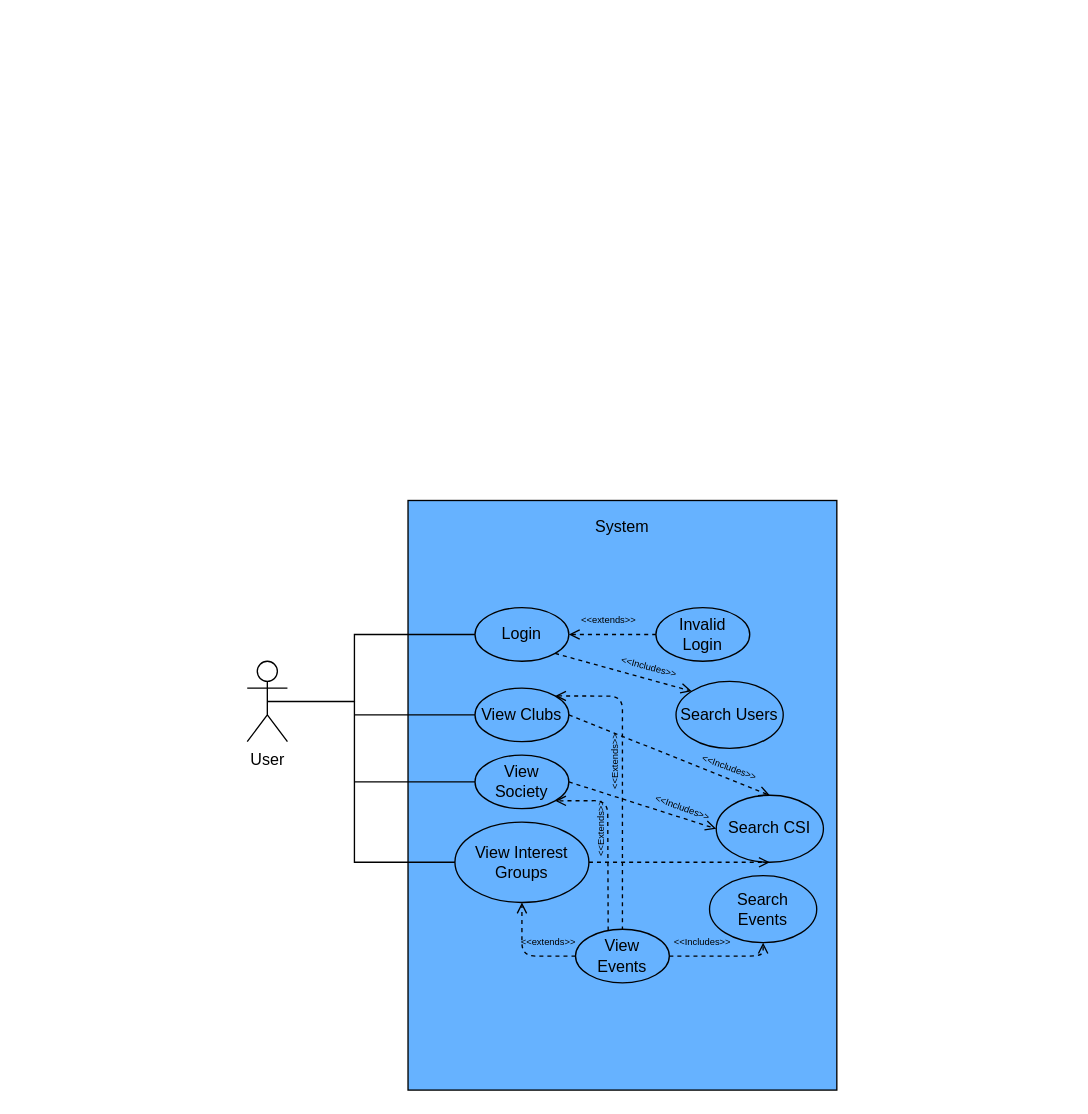
Above: Diagrams/Use_Case_Diagram.drawio in Makizoro/Overclock (draw.io), before the change. Source tidied: cells renumbered, new cells numbered last; positions are measured from the earlier drawing's top-left corner, leaving out a move shared by most shapes. Both pictures are drawn from the tidied source at 134%, with x=0, y=0 at pixel (247, 500).
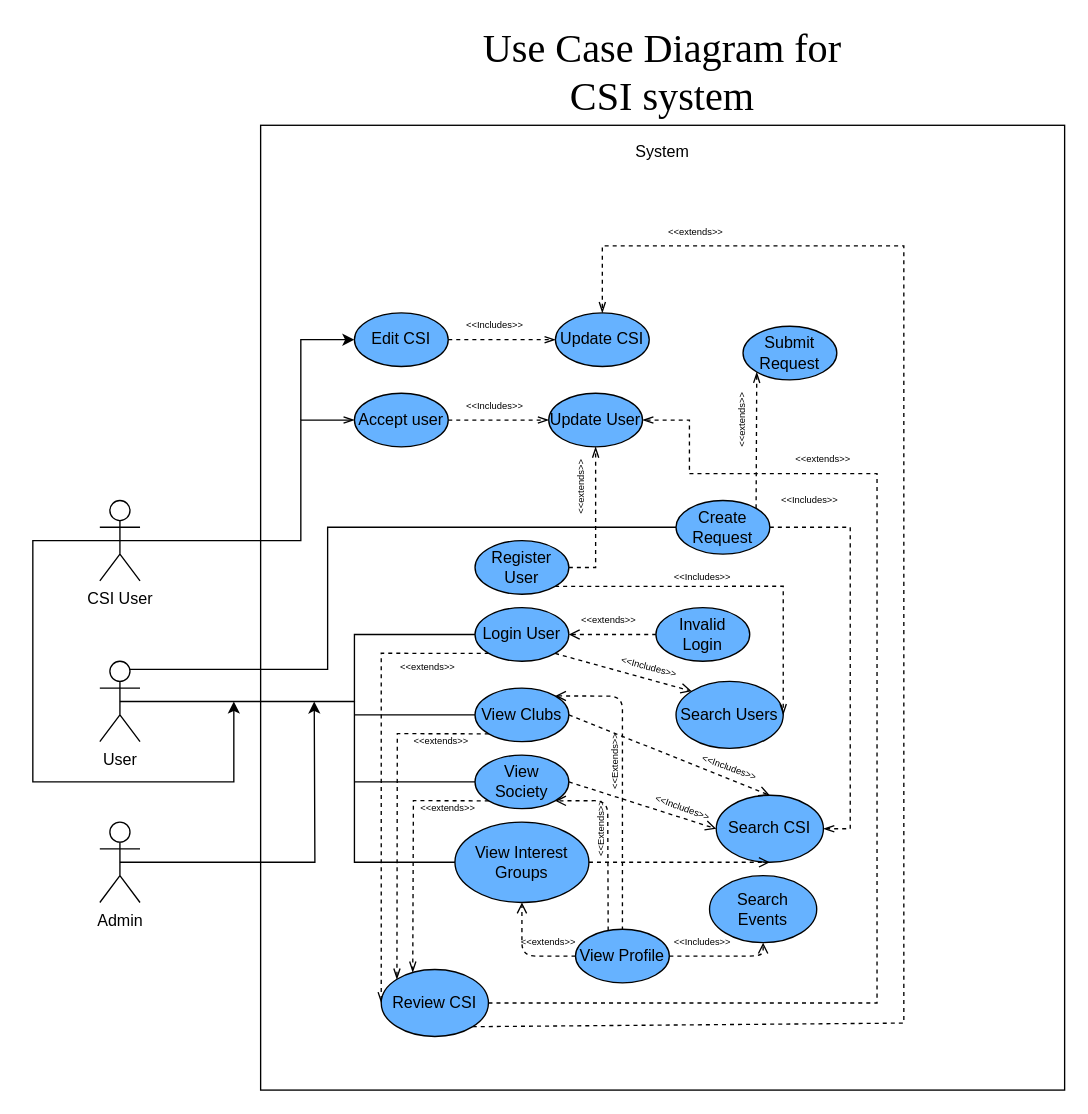
The same diagram, later.

Unchanged cells that the change refers to:
```xml
<mxCell id="10" value="View Clubs" style="ellipse;whiteSpace=wrap;html=1;fillColor=#66B2FF;" parent="1" vertex="1">
  <mxGeometry x="170" y="140" width="70" height="40" as="geometry" />
</mxCell>
<mxCell id="11" value="View Society" style="ellipse;whiteSpace=wrap;html=1;fillColor=#66B2FF;" parent="1" vertex="1">
  <mxGeometry x="170" y="190" width="70" height="40" as="geometry" />
</mxCell>
<mxCell id="16" value="&lt;font style=&quot;font-size: 12px&quot;&gt;&lt;font style=&quot;font-size: 12px&quot;&gt;S&lt;/font&gt;earch Users&lt;/font&gt;" style="ellipse;whiteSpace=wrap;html=1;fillColor=#66B2FF;fontSize=10;" parent="1" vertex="1">
  <mxGeometry x="320" y="135" width="80" height="50" as="geometry" />
</mxCell>
<mxCell id="19" value="&lt;font style=&quot;font-size: 12px&quot;&gt;&lt;font style=&quot;font-size: 12px&quot;&gt;S&lt;/font&gt;earch CSI&lt;/font&gt;" style="ellipse;whiteSpace=wrap;html=1;fillColor=#66B2FF;fontSize=10;" parent="1" vertex="1">
  <mxGeometry x="350" y="220" width="80" height="50" as="geometry" />
</mxCell>
```

What changed in the source:
```diff
@@
-    <mxCell id="2" style="rounded=0;whiteSpace=wrap;html=1;fillColor=#66B2FF;" parent="1" vertex="1">
-      <mxGeometry x="120" width="320" height="440" as="geometry" />
+    <mxCell id="2" style="rounded=0;whiteSpace=wrap;html=1;fillColor=#FFFFFF;" parent="1" vertex="1">
+      <mxGeometry x="10" y="-280" width="600" height="720" as="geometry" />
     </mxCell>
+    <mxCell id="35" style="edgeStyle=orthogonalEdgeStyle;rounded=0;jettySize=auto;html=1;exitX=0.75;exitY=0.1;exitDx=0;exitDy=0;exitPerimeter=0;entryX=0;entryY=0.5;entryDx=0;entryDy=0;endArrow=none;endFill=0;fontFamily=Times New Roman;fontSize=30;" parent="1" edge="1" source="3" target="46">
+      <mxGeometry relative="1" as="geometry">
+        <Array as="points">
+          <mxPoint x="60" y="126" />
+          <mxPoint x="60" y="20" />
+        </Array>
+      </mxGeometry>
+    </mxCell>
     <mxCell id="3" value="User" style="shape=umlActor;verticalLabelPosition=bottom;labelBackgroundColor=#ffffff;verticalAlign=top;html=1;outlineConnect=0;" parent="1" vertex="1">
-      <mxGeometry y="120" width="30" height="60" as="geometry" />
+      <mxGeometry x="-110" y="120" width="30" height="60" as="geometry" />
     </mxCell>
     <mxCell id="4" value="System" style="text;html=1;strokeColor=none;fillColor=none;align=center;verticalAlign=middle;whiteSpace=wrap;rounded=0;" parent="1" vertex="1">
-      <mxGeometry x="260" y="10" width="40" height="20" as="geometry" />
+      <mxGeometry x="290" y="-270" width="40" height="20" as="geometry" />
     </mxCell>
+    <mxCell id="36" style="edgeStyle=none;rounded=0;jettySize=auto;html=1;exitX=0;exitY=1;exitDx=0;exitDy=0;entryX=0;entryY=0.5;entryDx=0;entryDy=0;dashed=1;endArrow=openThin;endFill=0;fontFamily=Times New Roman;fontSize=30;" parent="1" edge="1" source="5" target="66">
+      <mxGeometry relative="1" as="geometry">
+        <Array as="points">
+          <mxPoint x="100" y="114" />
+        </Array>
+      </mxGeometry>
+    </mxCell>
-    <mxCell id="5" value="Login" style="ellipse;whiteSpace=wrap;html=1;fillColor=#66B2FF;" parent="1" vertex="1">
+    <mxCell id="5" value="Login User" style="ellipse;whiteSpace=wrap;html=1;fillColor=#66B2FF;" parent="1" vertex="1">
       <mxGeometry x="170" y="80" width="70" height="40" as="geometry" />
     </mxCell>
@@
+    <mxCell id="37" style="edgeStyle=none;rounded=0;jettySize=auto;html=1;exitX=0;exitY=1;exitDx=0;exitDy=0;entryX=0;entryY=0;entryDx=0;entryDy=0;dashed=1;endArrow=openThin;endFill=0;fontFamily=Times New Roman;fontSize=30;" parent="1" edge="1" source="10" target="66">
+      <mxGeometry relative="1" as="geometry">
+        <Array as="points">
+          <mxPoint x="112" y="174" />
+        </Array>
+      </mxGeometry>
+    </mxCell>
@@
+    <mxCell id="38" style="edgeStyle=none;rounded=0;jettySize=auto;html=1;exitX=0;exitY=1;exitDx=0;exitDy=0;entryX=0.294;entryY=0.043;entryDx=0;entryDy=0;entryPerimeter=0;dashed=1;endArrow=openThin;endFill=0;fontFamily=Times New Roman;fontSize=30;" parent="1" edge="1" source="11" target="66">
+      <mxGeometry relative="1" as="geometry">
+        <Array as="points">
+          <mxPoint x="124" y="224" />
+        </Array>
+      </mxGeometry>
+    </mxCell>
@@
-    <mxCell id="25" value="View&lt;br&gt;Events" style="ellipse;whiteSpace=wrap;html=1;fillColor=#66B2FF;" parent="1" vertex="1">
+    <mxCell id="25" value="View Profile" style="ellipse;whiteSpace=wrap;html=1;fillColor=#66B2FF;" parent="1" vertex="1">
       <mxGeometry x="245" y="320" width="70" height="40" as="geometry" />
     </mxCell>
@@
+    <mxCell id="39" style="edgeStyle=orthogonalEdgeStyle;rounded=0;jettySize=auto;html=1;exitX=0.5;exitY=0.5;exitDx=0;exitDy=0;exitPerimeter=0;endArrow=classic;endFill=1;fontFamily=Times New Roman;fontSize=30;" parent="1" edge="1" source="40">
+      <mxGeometry relative="1" as="geometry">
+        <mxPoint x="50" y="150" as="targetPoint" />
+      </mxGeometry>
+    </mxCell>
+    <mxCell id="40" value="Admin" style="shape=umlActor;verticalLabelPosition=bottom;labelBackgroundColor=#ffffff;verticalAlign=top;html=1;outlineConnect=0;" parent="1" vertex="1">
+      <mxGeometry x="-110" y="240" width="30" height="60" as="geometry" />
+    </mxCell>
+    <mxCell id="41" style="edgeStyle=orthogonalEdgeStyle;rounded=0;jettySize=auto;html=1;exitX=0.5;exitY=0.5;exitDx=0;exitDy=0;exitPerimeter=0;endArrow=classic;endFill=1;fontFamily=Times New Roman;fontSize=30;" parent="1" edge="1" source="43">
+      <mxGeometry relative="1" as="geometry">
+        <mxPoint x="-10" y="150" as="targetPoint" />
+        <Array as="points">
+          <mxPoint x="-160" y="30" />
+          <mxPoint x="-160" y="210" />
+          <mxPoint x="-10" y="210" />
+        </Array>
+      </mxGeometry>
+    </mxCell>
+    <mxCell id="42" style="edgeStyle=none;rounded=0;jettySize=auto;html=1;exitX=0.5;exitY=0.5;exitDx=0;exitDy=0;exitPerimeter=0;entryX=0;entryY=0.5;entryDx=0;entryDy=0;endArrow=openThin;endFill=0;fontFamily=Times New Roman;fontSize=30;" parent="1" edge="1" source="43" target="51">
+      <mxGeometry relative="1" as="geometry">
+        <Array as="points">
+          <mxPoint x="40" y="30" />
+          <mxPoint x="40" y="-60" />
+        </Array>
+      </mxGeometry>
+    </mxCell>
+    <mxCell id="43" value="CSI User" style="shape=umlActor;verticalLabelPosition=bottom;labelBackgroundColor=#ffffff;verticalAlign=top;html=1;outlineConnect=0;" parent="1" vertex="1">
+      <mxGeometry x="-110" width="30" height="60" as="geometry" />
+    </mxCell>
+    <mxCell id="44" style="edgeStyle=orthogonalEdgeStyle;rounded=0;jettySize=auto;html=1;exitX=1;exitY=0.5;exitDx=0;exitDy=0;entryX=1;entryY=0.5;entryDx=0;entryDy=0;endArrow=openThin;endFill=0;fontFamily=Times New Roman;fontSize=30;dashed=1;" parent="1" edge="1" source="46" target="19">
+      <mxGeometry relative="1" as="geometry" />
+    </mxCell>
+    <mxCell id="45" style="rounded=0;jettySize=auto;html=1;exitX=1;exitY=0;exitDx=0;exitDy=0;entryX=0;entryY=1;entryDx=0;entryDy=0;dashed=1;endArrow=openThin;endFill=0;fontFamily=Times New Roman;fontSize=30;" parent="1" edge="1" source="46" target="48">
+      <mxGeometry relative="1" as="geometry" />
+    </mxCell>
+    <mxCell id="46" value="Create Request" style="ellipse;whiteSpace=wrap;html=1;fillColor=#66B2FF;" parent="1" vertex="1">
+      <mxGeometry x="320" width="70" height="40" as="geometry" />
+    </mxCell>
+    <mxCell id="47" value="&amp;lt;&amp;lt;Includes&amp;gt;&amp;gt;" style="text;html=1;strokeColor=none;fillColor=none;align=center;verticalAlign=middle;whiteSpace=wrap;rounded=0;fontSize=7;rotation=0;" parent="1" vertex="1">
+      <mxGeometry x="400" y="-10" width="40" height="20" as="geometry" />
+    </mxCell>
+    <mxCell id="48" value="Submit Request" style="ellipse;whiteSpace=wrap;html=1;fillColor=#66B2FF;" parent="1" vertex="1">
+      <mxGeometry x="370" y="-130" width="70" height="40" as="geometry" />
+    </mxCell>
+    <mxCell id="49" value="&amp;lt;&amp;lt;extends&amp;gt;&amp;gt;" style="text;html=1;strokeColor=none;fillColor=none;align=center;verticalAlign=middle;whiteSpace=wrap;rounded=0;fontSize=7;rotation=-90;" parent="1" vertex="1">
+      <mxGeometry x="350" y="-70" width="40" height="20" as="geometry" />
+    </mxCell>
+    <mxCell id="50" style="edgeStyle=none;rounded=0;jettySize=auto;html=1;exitX=1;exitY=0.5;exitDx=0;exitDy=0;entryX=0;entryY=0.5;entryDx=0;entryDy=0;dashed=1;endArrow=openThin;endFill=0;fontFamily=Times New Roman;fontSize=30;" parent="1" edge="1" source="51" target="57">
+      <mxGeometry relative="1" as="geometry" />
+    </mxCell>
+    <mxCell id="51" value="Accept user" style="ellipse;whiteSpace=wrap;html=1;fillColor=#66B2FF;" parent="1" vertex="1">
+      <mxGeometry x="80" y="-80" width="70" height="40" as="geometry" />
+    </mxCell>
+    <mxCell id="52" style="edgeStyle=none;rounded=0;jettySize=auto;html=1;exitX=1;exitY=0.5;exitDx=0;exitDy=0;entryX=0;entryY=0.5;entryDx=0;entryDy=0;endArrow=openThin;endFill=0;fontFamily=Times New Roman;fontSize=30;dashed=1;" parent="1" edge="1" source="53" target="55">
+      <mxGeometry relative="1" as="geometry" />
+    </mxCell>
+    <mxCell id="53" value="Edit CSI" style="ellipse;whiteSpace=wrap;html=1;fillColor=#66B2FF;" parent="1" vertex="1">
+      <mxGeometry x="80" y="-140" width="70" height="40" as="geometry" />
+    </mxCell>
+    <mxCell id="54" style="endArrow=classic;html=1;fontFamily=Times New Roman;fontSize=30;entryX=0;entryY=0.5;entryDx=0;entryDy=0;rounded=0;" parent="1" edge="1" target="53">
+      <mxGeometry relative="1" as="geometry">
+        <mxPoint x="40" y="-60" as="sourcePoint" />
+        <Array as="points">
+          <mxPoint x="40" y="-120" />
+        </Array>
+      </mxGeometry>
+    </mxCell>
+    <mxCell id="55" value="Update CSI" style="ellipse;whiteSpace=wrap;html=1;fillColor=#66B2FF;" parent="1" vertex="1">
+      <mxGeometry x="230" y="-140" width="70" height="40" as="geometry" />
+    </mxCell>
+    <mxCell id="56" value="&amp;lt;&amp;lt;Includes&amp;gt;&amp;gt;" style="text;html=1;strokeColor=none;fillColor=none;align=center;verticalAlign=middle;whiteSpace=wrap;rounded=0;fontSize=7;rotation=0;" parent="1" vertex="1">
+      <mxGeometry x="165" y="-140" width="40" height="20" as="geometry" />
+    </mxCell>
+    <mxCell id="57" value="Update User" style="ellipse;whiteSpace=wrap;html=1;fillColor=#66B2FF;" parent="1" vertex="1">
+      <mxGeometry x="225" y="-80" width="70" height="40" as="geometry" />
+    </mxCell>
+    <mxCell id="58" value="&amp;lt;&amp;lt;Includes&amp;gt;&amp;gt;" style="text;html=1;strokeColor=none;fillColor=none;align=center;verticalAlign=middle;whiteSpace=wrap;rounded=0;fontSize=7;rotation=0;" parent="1" vertex="1">
+      <mxGeometry x="165" y="-80" width="40" height="20" as="geometry" />
+    </mxCell>
+    <mxCell id="59" style="edgeStyle=none;rounded=0;jettySize=auto;html=1;exitX=1;exitY=1;exitDx=0;exitDy=0;entryX=1;entryY=0.5;entryDx=0;entryDy=0;dashed=1;endArrow=openThin;endFill=0;fontFamily=Times New Roman;fontSize=30;" parent="1" edge="1" source="61" target="16">
+      <mxGeometry relative="1" as="geometry">
+        <Array as="points">
+          <mxPoint x="400" y="64" />
+        </Array>
+      </mxGeometry>
+    </mxCell>
+    <mxCell id="60" style="edgeStyle=none;rounded=0;jettySize=auto;html=1;exitX=1;exitY=0.5;exitDx=0;exitDy=0;entryX=0.5;entryY=1;entryDx=0;entryDy=0;dashed=1;endArrow=openThin;endFill=0;fontFamily=Times New Roman;fontSize=30;" parent="1" edge="1" source="61" target="57">
+      <mxGeometry relative="1" as="geometry">
+        <Array as="points">
+          <mxPoint x="260" y="50" />
+        </Array>
+      </mxGeometry>
+    </mxCell>
+    <mxCell id="61" value="Register User" style="ellipse;whiteSpace=wrap;html=1;fillColor=#66B2FF;" parent="1" vertex="1">
+      <mxGeometry x="170" y="30" width="70" height="40" as="geometry" />
+    </mxCell>
+    <mxCell id="62" value="&amp;lt;&amp;lt;Includes&amp;gt;&amp;gt;" style="text;html=1;strokeColor=none;fillColor=none;align=center;verticalAlign=middle;whiteSpace=wrap;rounded=0;fontSize=7;rotation=0;" parent="1" vertex="1">
+      <mxGeometry x="320" y="48" width="40" height="20" as="geometry" />
+    </mxCell>
+    <mxCell id="63" value="&amp;lt;&amp;lt;extends&amp;gt;&amp;gt;" style="text;html=1;strokeColor=none;fillColor=none;align=center;verticalAlign=middle;whiteSpace=wrap;rounded=0;fontSize=7;rotation=-90;" parent="1" vertex="1">
+      <mxGeometry x="230" y="-20" width="40" height="20" as="geometry" />
+    </mxCell>
+    <mxCell id="64" style="edgeStyle=none;rounded=0;jettySize=auto;html=1;exitX=1;exitY=1;exitDx=0;exitDy=0;entryX=0.5;entryY=0;entryDx=0;entryDy=0;endArrow=openThin;endFill=0;fontFamily=Times New Roman;fontSize=30;dashed=1;" parent="1" edge="1" source="66" target="55">
+      <mxGeometry relative="1" as="geometry">
+        <Array as="points">
+          <mxPoint x="490" y="390" />
+          <mxPoint x="490" y="-190" />
+          <mxPoint x="265" y="-190" />
+        </Array>
+      </mxGeometry>
+    </mxCell>
+    <mxCell id="65" style="edgeStyle=none;rounded=0;jettySize=auto;html=1;exitX=1;exitY=0.5;exitDx=0;exitDy=0;entryX=1;entryY=0.5;entryDx=0;entryDy=0;dashed=1;endArrow=openThin;endFill=0;fontFamily=Times New Roman;fontSize=30;" parent="1" edge="1" source="66" target="57">
+      <mxGeometry relative="1" as="geometry">
+        <Array as="points">
+          <mxPoint x="470" y="375" />
+          <mxPoint x="470" y="-20" />
+          <mxPoint x="330" y="-20" />
+          <mxPoint x="330" y="-60" />
+        </Array>
+      </mxGeometry>
+    </mxCell>
+    <mxCell id="66" value="&lt;span style=&quot;font-size: 12px&quot;&gt;Review CSI&lt;/span&gt;" style="ellipse;whiteSpace=wrap;html=1;fillColor=#66B2FF;fontSize=10;" parent="1" vertex="1">
+      <mxGeometry x="100" y="350" width="80" height="50" as="geometry" />
+    </mxCell>
+    <mxCell id="67" value="&amp;lt;&amp;lt;extends&amp;gt;&amp;gt;" style="text;html=1;strokeColor=none;fillColor=none;align=center;verticalAlign=middle;whiteSpace=wrap;rounded=0;fontSize=7;rotation=0;" parent="1" vertex="1">
+      <mxGeometry x="315" y="-210" width="40" height="20" as="geometry" />
+    </mxCell>
+    <mxCell id="68" value="&amp;lt;&amp;lt;extends&amp;gt;&amp;gt;" style="text;html=1;strokeColor=none;fillColor=none;align=center;verticalAlign=middle;whiteSpace=wrap;rounded=0;fontSize=7;rotation=0;" parent="1" vertex="1">
+      <mxGeometry x="410" y="-40" width="40" height="20" as="geometry" />
+    </mxCell>
+    <mxCell id="69" value="&amp;lt;&amp;lt;extends&amp;gt;&amp;gt;" style="text;html=1;strokeColor=none;fillColor=none;align=center;verticalAlign=middle;whiteSpace=wrap;rounded=0;fontSize=7;rotation=0;" parent="1" vertex="1">
+      <mxGeometry x="115" y="115" width="40" height="20" as="geometry" />
+    </mxCell>
+    <mxCell id="70" value="&amp;lt;&amp;lt;extends&amp;gt;&amp;gt;" style="text;html=1;strokeColor=none;fillColor=none;align=center;verticalAlign=middle;whiteSpace=wrap;rounded=0;fontSize=7;" parent="1" vertex="1">
+      <mxGeometry x="125" y="170" width="40" height="20" as="geometry" />
+    </mxCell>
+    <mxCell id="71" value="&amp;lt;&amp;lt;extends&amp;gt;&amp;gt;" style="text;html=1;strokeColor=none;fillColor=none;align=center;verticalAlign=middle;whiteSpace=wrap;rounded=0;fontSize=7;" parent="1" vertex="1">
+      <mxGeometry x="130" y="220" width="40" height="20" as="geometry" />
+    </mxCell>
+    <mxCell id="72" value="Use Case Diagram for CSI system" style="text;html=1;strokeColor=none;fillColor=none;align=center;verticalAlign=middle;whiteSpace=wrap;rounded=0;fontFamily=Times New Roman;fontSize=30;" parent="1" vertex="1">
+      <mxGeometry x="175" y="-330" width="270" height="20" as="geometry" />
+    </mxCell>
```
